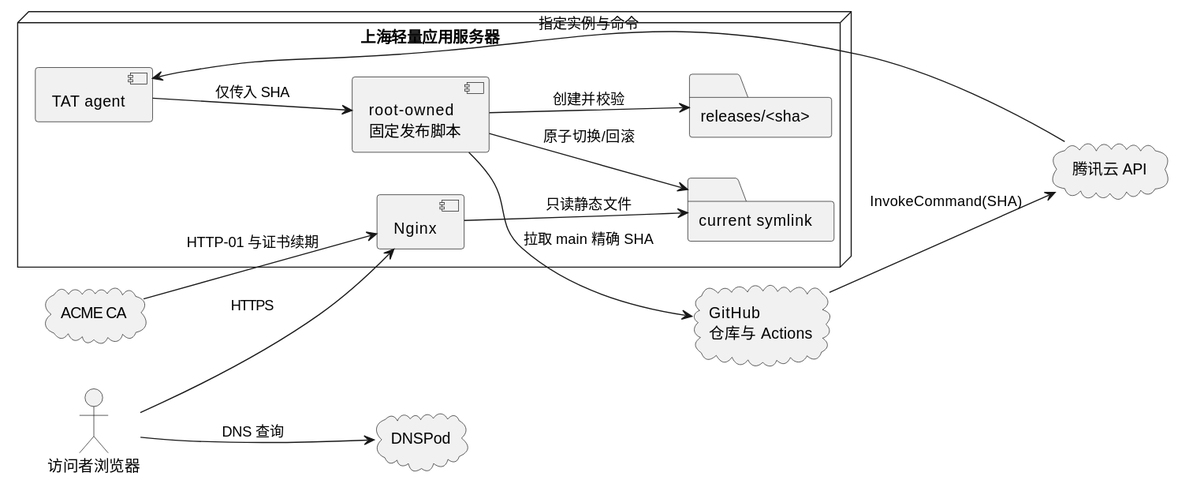
lyty1997/AxialMuseWebsite keeps this PlantUML diagram as docs/diagrams/production-architecture.svg. Above is the earlier version. Its diagram source:
```plantuml
@startuml
left to right direction
actor "访问者浏览器" as Browser
cloud "DNSPod" as DNS
cloud "GitHub\n仓库与 Actions" as GitHub
cloud "腾讯云 API" as TencentApi
cloud "ACME CA" as Acme
node "上海轻量应用服务器" as Server {
  component "Nginx" as Nginx
  component "TAT agent" as Tat
  component "root-owned\n固定发布脚本" as Deploy
  folder "releases/<sha>" as Releases
  folder "current symlink" as Current
}

Browser --> DNS : DNS 查询
Browser --> Nginx : HTTPS
Nginx --> Current : 只读静态文件
GitHub --> TencentApi : InvokeCommand(SHA)
TencentApi --> Tat : 指定实例与命令
Tat --> Deploy : 仅传入 SHA
Deploy --> GitHub : 拉取 main 精确 SHA
Deploy --> Releases : 创建并校验
Deploy --> Current : 原子切换/回滚
Acme --> Nginx : HTTP-01 与证书续期
@enduml
```
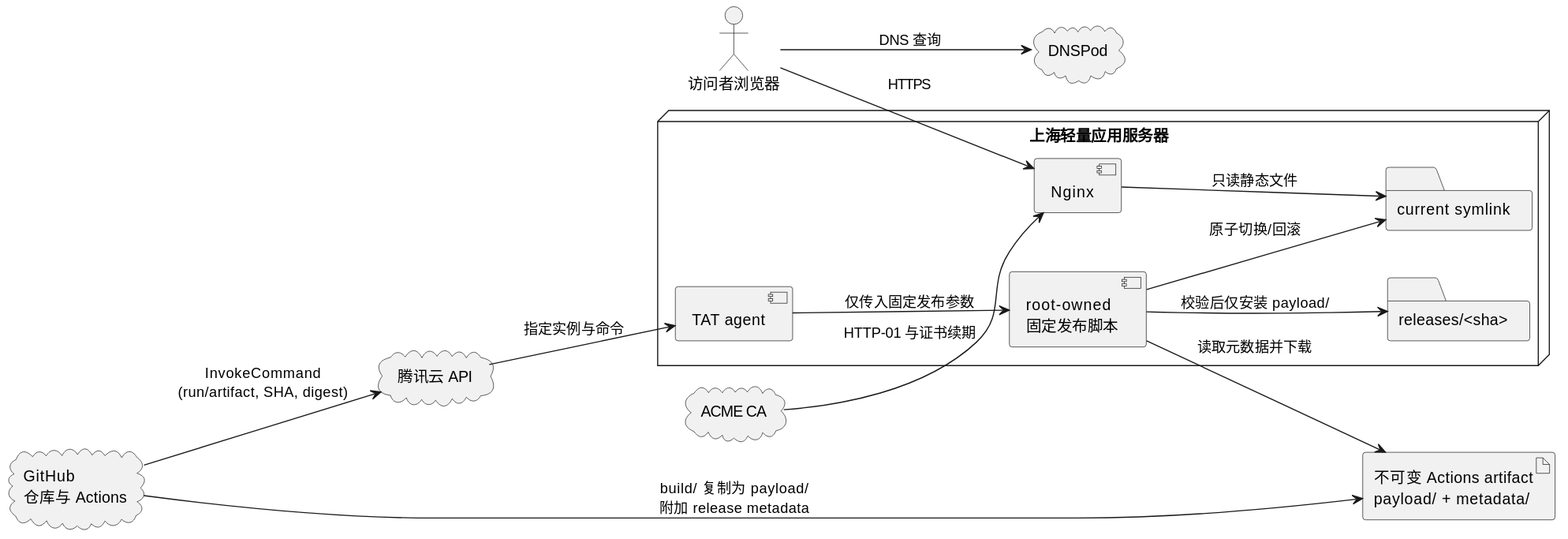
After the commit.

The edit, as a diff of the source:
```diff
@@ -3,6 +3,7 @@
 actor "访问者浏览器" as Browser
 cloud "DNSPod" as DNS
 cloud "GitHub\n仓库与 Actions" as GitHub
+artifact "不可变 Actions artifact\npayload/ + metadata/" as Artifact
 cloud "腾讯云 API" as TencentApi
 cloud "ACME CA" as Acme
 node "上海轻量应用服务器" as Server {
@@ -16,11 +17,12 @@
 Browser --> DNS : DNS 查询
 Browser --> Nginx : HTTPS
 Nginx --> Current : 只读静态文件
-GitHub --> TencentApi : InvokeCommand(SHA)
+GitHub --> Artifact : build/ 复制为 payload/\n附加 release metadata
+GitHub --> TencentApi : InvokeCommand\n(run/artifact, SHA, digest)
 TencentApi --> Tat : 指定实例与命令
-Tat --> Deploy : 仅传入 SHA
-Deploy --> GitHub : 拉取 main 精确 SHA
-Deploy --> Releases : 创建并校验
+Tat --> Deploy : 仅传入固定发布参数
+Deploy --> Artifact : 读取元数据并下载
+Deploy --> Releases : 校验后仅安装 payload/
 Deploy --> Current : 原子切换/回滚
 Acme --> Nginx : HTTP-01 与证书续期
 @enduml
```
